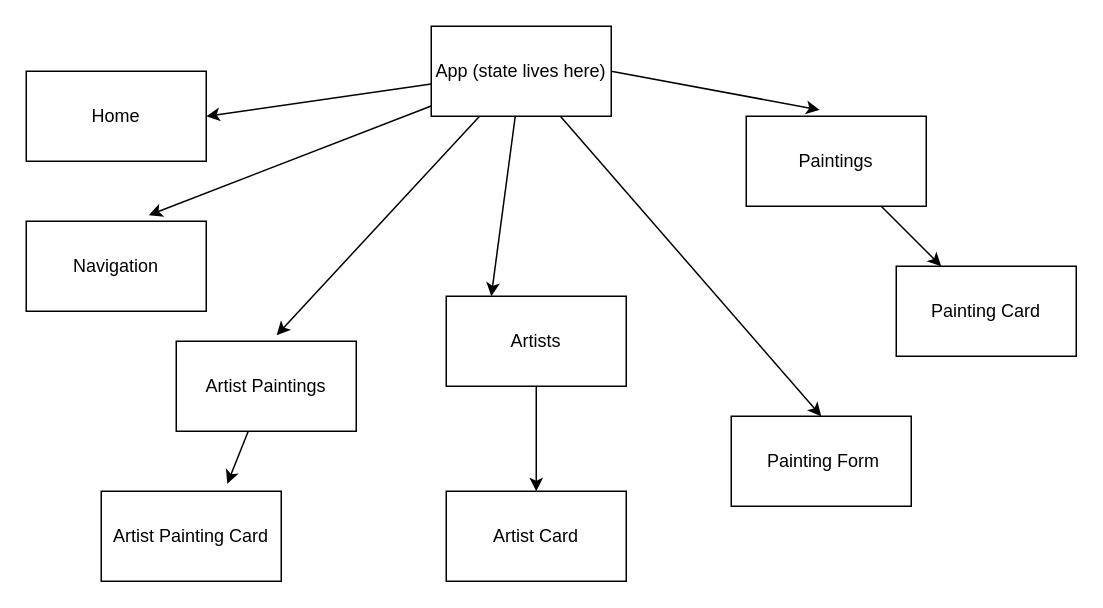
Earlier version of the draw.io diagram my-front-end/diagram.dio (caraerskine/phase-3-proj-cara-front-end-client-react). Source tidied: cells renumbered, new cells numbered last; positions are measured from the earlier drawing's top-left corner, leaving out a move shared by most shapes. Both pictures are drawn from the tidied source at 150%, with x=0, y=0 at pixel (26, 26).
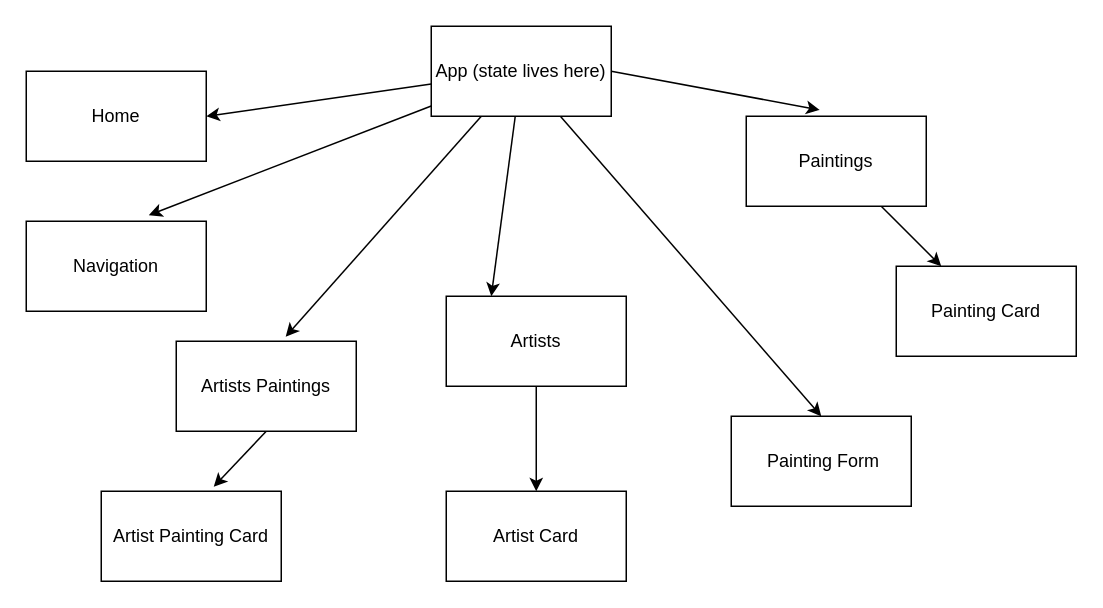
The same diagram, later.

The change refers to these unchanged cells:
```xml
<mxCell id="8" value="App (state lives here)" style="whiteSpace=wrap;html=1;" parent="1" vertex="1">
  <mxGeometry x="270" width="120" height="60" as="geometry" />
</mxCell>
```

The edit, as a diff of the source:
```diff
@@
-    <mxCell id="7" style="edgeStyle=none;html=1;entryX=0.558;entryY=-0.067;entryDx=0;entryDy=0;entryPerimeter=0;" parent="1" edge="1" source="8" target="19">
+    <mxCell id="7" style="edgeStyle=none;html=1;entryX=0.558;entryY=-0.067;entryDx=0;entryDy=0;entryPerimeter=0;" parent="1" edge="1" source="8">
       <mxGeometry relative="1" as="geometry" />
     </mxCell>
+    <mxCell id="21" style="edgeStyle=none;html=1;entryX=0.608;entryY=-0.05;entryDx=0;entryDy=0;entryPerimeter=0;" parent="1" edge="1" source="8" target="23">
+      <mxGeometry relative="1" as="geometry" />
+    </mxCell>
@@
+    <mxCell id="20" value="Artist Painting Card" style="whiteSpace=wrap;html=1;" parent="1" vertex="1">
+      <mxGeometry x="50" y="310" width="120" height="60" as="geometry" />
+    </mxCell>
-    <mxCell id="18" style="edgeStyle=none;html=1;entryX=0.7;entryY=-0.083;entryDx=0;entryDy=0;entryPerimeter=0;" parent="1" edge="1" source="19" target="20">
+    <mxCell id="18" style="edgeStyle=none;html=1;entryX=0.7;entryY=-0.083;entryDx=0;entryDy=0;entryPerimeter=0;" parent="1" edge="1" target="20">
       <mxGeometry relative="1" as="geometry" />
     </mxCell>
-    <mxCell id="19" value="Artist Paintings" style="whiteSpace=wrap;html=1;" parent="1" vertex="1">
-      <mxGeometry x="100" y="210" width="120" height="60" as="geometry" />
-    </mxCell>
-    <mxCell id="20" value="Artist Painting Card" style="whiteSpace=wrap;html=1;" parent="1" vertex="1">
-      <mxGeometry x="50" y="310" width="120" height="60" as="geometry" />
-    </mxCell>
+    <mxCell id="22" style="edgeStyle=none;html=1;exitX=0.5;exitY=1;exitDx=0;exitDy=0;entryX=0.625;entryY=-0.05;entryDx=0;entryDy=0;entryPerimeter=0;" parent="1" edge="1" source="23" target="20">
+      <mxGeometry relative="1" as="geometry" />
+    </mxCell>
+    <mxCell id="23" value="Artists Paintings" style="whiteSpace=wrap;html=1;" parent="1" vertex="1">
+      <mxGeometry x="100" y="210" width="120" height="60" as="geometry" />
+    </mxCell>
```
